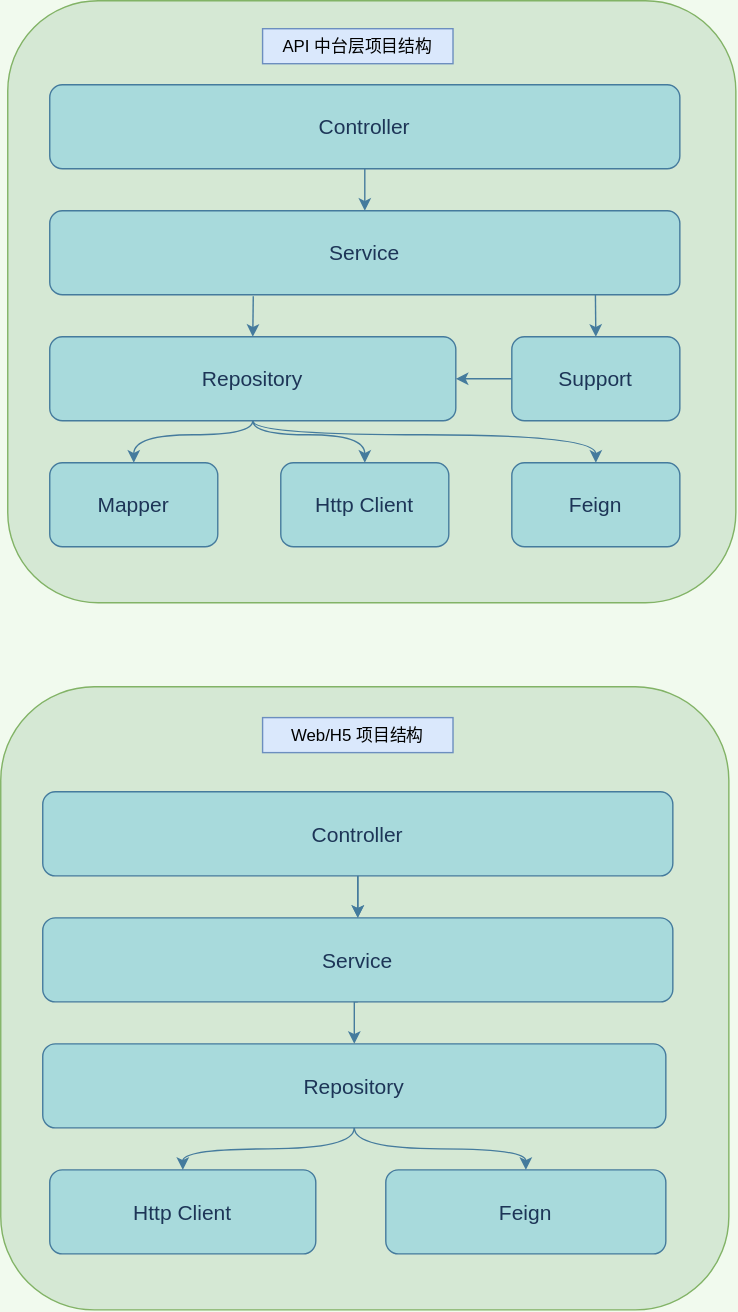
Above: project layer.svg in jingwux/diagrams (draw.io), before the change. Source tidied: cells renumbered, new cells last; positions are measured from the earlier drawing's top-left corner, leaving out a move shared by most shapes. The source it was exported from:
```xml
<mxGraphModel background="#F1FAEE">
  <root>
    <mxCell id="0" />
    <mxCell id="1" parent="0" />
    <mxCell id="2" style="whiteSpace=wrap;html=1;shadow=0;strokeWidth=1;fillColor=#d5e8d4;strokeColor=#82b366;fontSize=15;rounded=1;" parent="1" vertex="1">
      <mxGeometry x="5" width="520" height="430" as="geometry" />
    </mxCell>
    <mxCell id="3" style="edgeStyle=orthogonalEdgeStyle;jettySize=auto;html=1;exitX=0.5;exitY=0;exitDx=0;exitDy=0;entryX=0.323;entryY=1.017;entryDx=0;entryDy=0;entryPerimeter=0;startArrow=classic;startFill=1;endArrow=none;endFill=0;labelBackgroundColor=#F1FAEE;strokeColor=#457B9D;fontColor=#1D3557;fontSize=15;curved=1;" parent="1" edge="1" source="7" target="11">
      <mxGeometry relative="1" as="geometry" />
    </mxCell>
    <mxCell id="4" style="edgeStyle=orthogonalEdgeStyle;jettySize=auto;html=1;exitX=0.5;exitY=1;exitDx=0;exitDy=0;entryX=0.5;entryY=0;entryDx=0;entryDy=0;startArrow=none;startFill=0;endArrow=classic;endFill=1;labelBackgroundColor=#F1FAEE;strokeColor=#457B9D;fontColor=#1D3557;fontSize=15;curved=1;" parent="1" edge="1" source="7" target="8">
      <mxGeometry relative="1" as="geometry">
        <Array as="points">
          <mxPoint x="180" y="310" />
          <mxPoint x="95" y="310" />
        </Array>
      </mxGeometry>
    </mxCell>
    <mxCell id="5" style="edgeStyle=orthogonalEdgeStyle;jettySize=auto;html=1;exitX=0.5;exitY=1;exitDx=0;exitDy=0;entryX=0.5;entryY=0;entryDx=0;entryDy=0;startArrow=none;startFill=0;endArrow=classic;endFill=1;labelBackgroundColor=#F1FAEE;strokeColor=#457B9D;fontColor=#1D3557;fontSize=15;curved=1;" parent="1" edge="1" source="7" target="9">
      <mxGeometry relative="1" as="geometry">
        <Array as="points">
          <mxPoint x="180" y="310" />
          <mxPoint x="260" y="310" />
        </Array>
      </mxGeometry>
    </mxCell>
    <mxCell id="6" style="edgeStyle=orthogonalEdgeStyle;jettySize=auto;html=1;exitX=0.5;exitY=1;exitDx=0;exitDy=0;startArrow=none;startFill=0;endArrow=classic;endFill=1;labelBackgroundColor=#F1FAEE;strokeColor=#457B9D;fontColor=#1D3557;fontSize=15;curved=1;" parent="1" edge="1" source="7" target="10">
      <mxGeometry relative="1" as="geometry">
        <Array as="points">
          <mxPoint x="180" y="310" />
          <mxPoint x="425" y="310" />
        </Array>
      </mxGeometry>
    </mxCell>
    <mxCell id="7" value="Repository" style="whiteSpace=wrap;html=1;shadow=0;strokeWidth=1;fillColor=#A8DADC;strokeColor=#457B9D;fontColor=#1D3557;fontSize=15;rounded=1;" parent="1" vertex="1">
      <mxGeometry x="35" y="240" width="290" height="60" as="geometry" />
    </mxCell>
    <mxCell id="8" value="Mapper" style="whiteSpace=wrap;html=1;shadow=0;strokeWidth=1;fillColor=#A8DADC;strokeColor=#457B9D;fontColor=#1D3557;fontSize=15;rounded=1;" parent="1" vertex="1">
      <mxGeometry x="35" y="330" width="120" height="60" as="geometry" />
    </mxCell>
    <mxCell id="9" value="Http Client" style="whiteSpace=wrap;html=1;shadow=0;strokeWidth=1;fillColor=#A8DADC;strokeColor=#457B9D;fontColor=#1D3557;fontSize=15;rounded=1;" parent="1" vertex="1">
      <mxGeometry x="200" y="330" width="120" height="60" as="geometry" />
    </mxCell>
    <mxCell id="10" value="Feign" style="whiteSpace=wrap;html=1;shadow=0;strokeWidth=1;fillColor=#A8DADC;strokeColor=#457B9D;fontColor=#1D3557;fontSize=15;rounded=1;" parent="1" vertex="1">
      <mxGeometry x="365" y="330" width="120" height="60" as="geometry" />
    </mxCell>
    <mxCell id="11" value="Service" style="whiteSpace=wrap;html=1;shadow=0;strokeWidth=1;fillColor=#A8DADC;strokeColor=#457B9D;fontColor=#1D3557;fontSize=15;rounded=1;" parent="1" vertex="1">
      <mxGeometry x="35" y="150" width="450" height="60" as="geometry" />
    </mxCell>
    <mxCell id="12" style="edgeStyle=orthogonalEdgeStyle;jettySize=auto;html=1;exitX=0.5;exitY=1;exitDx=0;exitDy=0;entryX=0.5;entryY=0;entryDx=0;entryDy=0;startArrow=none;startFill=0;endArrow=classic;endFill=1;labelBackgroundColor=#F1FAEE;strokeColor=#457B9D;fontColor=#1D3557;fontSize=15;curved=1;" parent="1" edge="1" source="13" target="11">
      <mxGeometry relative="1" as="geometry" />
    </mxCell>
    <mxCell id="13" value="Controller" style="whiteSpace=wrap;html=1;shadow=0;strokeWidth=1;fillColor=#A8DADC;strokeColor=#457B9D;fontColor=#1D3557;fontSize=15;rounded=1;" parent="1" vertex="1">
      <mxGeometry x="35" y="60" width="450" height="60" as="geometry" />
    </mxCell>
    <mxCell id="14" style="edgeStyle=orthogonalEdgeStyle;jettySize=auto;html=1;exitX=0;exitY=0.5;exitDx=0;exitDy=0;entryX=1;entryY=0.5;entryDx=0;entryDy=0;labelBackgroundColor=#F1FAEE;strokeColor=#457B9D;fontColor=#1D3557;fontSize=15;curved=1;" parent="1" edge="1" source="16" target="7">
      <mxGeometry relative="1" as="geometry" />
    </mxCell>
    <mxCell id="15" style="edgeStyle=orthogonalEdgeStyle;jettySize=auto;html=1;exitX=0.5;exitY=0;exitDx=0;exitDy=0;entryX=0.866;entryY=0.994;entryDx=0;entryDy=0;entryPerimeter=0;startArrow=classic;startFill=1;endArrow=none;endFill=0;labelBackgroundColor=#F1FAEE;strokeColor=#457B9D;fontColor=#1D3557;fontSize=15;curved=1;" parent="1" edge="1" source="16" target="11">
      <mxGeometry relative="1" as="geometry" />
    </mxCell>
    <mxCell id="16" value="Support" style="whiteSpace=wrap;html=1;shadow=0;strokeWidth=1;fillColor=#A8DADC;strokeColor=#457B9D;fontColor=#1D3557;fontSize=15;rounded=1;" parent="1" vertex="1">
      <mxGeometry x="365" y="240" width="120" height="60" as="geometry" />
    </mxCell>
    <mxCell id="17" value="&lt;p&gt;&lt;br&gt;&lt;/p&gt;" style="whiteSpace=wrap;html=1;shadow=0;strokeWidth=1;fillColor=#d5e8d4;strokeColor=#82b366;fontSize=15;rounded=1;align=left;" parent="1" vertex="1">
      <mxGeometry y="490" width="520" height="445" as="geometry" />
    </mxCell>
    <mxCell id="18" style="edgeStyle=orthogonalEdgeStyle;curved=1;rounded=0;jettySize=auto;html=1;exitX=0.5;exitY=1;exitDx=0;exitDy=0;entryX=0.5;entryY=0;entryDx=0;entryDy=0;strokeColor=#457B9D;" parent="1" edge="1" source="20" target="21">
      <mxGeometry relative="1" as="geometry">
        <Array as="points">
          <mxPoint x="253" y="820" />
          <mxPoint x="130" y="820" />
        </Array>
      </mxGeometry>
    </mxCell>
    <mxCell id="19" style="edgeStyle=orthogonalEdgeStyle;curved=1;rounded=0;jettySize=auto;html=1;exitX=0.5;exitY=1;exitDx=0;exitDy=0;strokeColor=#457B9D;" parent="1" edge="1" source="20" target="22">
      <mxGeometry relative="1" as="geometry">
        <Array as="points">
          <mxPoint x="253" y="820" />
          <mxPoint x="375" y="820" />
        </Array>
      </mxGeometry>
    </mxCell>
    <mxCell id="20" value="Repository" style="whiteSpace=wrap;html=1;shadow=0;strokeWidth=1;fillColor=#A8DADC;strokeColor=#457B9D;fontColor=#1D3557;fontSize=15;rounded=1;" parent="1" vertex="1">
      <mxGeometry x="30" y="745" width="445" height="60" as="geometry" />
    </mxCell>
    <mxCell id="21" value="Http Client" style="whiteSpace=wrap;html=1;shadow=0;strokeWidth=1;fillColor=#A8DADC;strokeColor=#457B9D;fontColor=#1D3557;fontSize=15;rounded=1;" parent="1" vertex="1">
      <mxGeometry x="35" y="835" width="190" height="60" as="geometry" />
    </mxCell>
    <mxCell id="22" value="Feign" style="whiteSpace=wrap;html=1;shadow=0;strokeWidth=1;fillColor=#A8DADC;strokeColor=#457B9D;fontColor=#1D3557;fontSize=15;rounded=1;" parent="1" vertex="1">
      <mxGeometry x="275" y="835" width="200" height="60" as="geometry" />
    </mxCell>
    <mxCell id="23" style="edgeStyle=orthogonalEdgeStyle;rounded=0;jettySize=auto;html=1;exitX=0.5;exitY=1;exitDx=0;exitDy=0;entryX=0.5;entryY=0;entryDx=0;entryDy=0;strokeColor=#457B9D;" parent="1" edge="1" source="24" target="20">
      <mxGeometry relative="1" as="geometry" />
    </mxCell>
    <mxCell id="24" value="Service" style="whiteSpace=wrap;html=1;shadow=0;strokeWidth=1;fillColor=#A8DADC;strokeColor=#457B9D;fontColor=#1D3557;fontSize=15;rounded=1;" parent="1" vertex="1">
      <mxGeometry x="30" y="655" width="450" height="60" as="geometry" />
    </mxCell>
    <mxCell id="25" style="edgeStyle=orthogonalEdgeStyle;jettySize=auto;html=1;exitX=0.5;exitY=1;exitDx=0;exitDy=0;entryX=0.5;entryY=0;entryDx=0;entryDy=0;startArrow=none;startFill=0;endArrow=classic;endFill=1;labelBackgroundColor=#F1FAEE;fontColor=#1D3557;fontSize=15;curved=1;strokeColor=#457B9D;" parent="1" edge="1" source="27" target="24">
      <mxGeometry relative="1" as="geometry" />
    </mxCell>
    <mxCell id="26" style="edgeStyle=orthogonalEdgeStyle;rounded=0;jettySize=auto;html=1;strokeColor=#457B9D;" parent="1" edge="1" source="27" target="24">
      <mxGeometry relative="1" as="geometry" />
    </mxCell>
    <mxCell id="27" value="Controller" style="whiteSpace=wrap;html=1;shadow=0;strokeWidth=1;fillColor=#A8DADC;strokeColor=#457B9D;fontColor=#1D3557;fontSize=15;rounded=1;" parent="1" vertex="1">
      <mxGeometry x="30" y="565" width="450" height="60" as="geometry" />
    </mxCell>
    <mxCell id="28" value="Web/H5 项目结构" style="text;html=1;strokeColor=#6c8ebf;fillColor=#dae8fc;align=center;verticalAlign=middle;whiteSpace=wrap;rounded=0;" parent="1" vertex="1">
      <mxGeometry x="187" y="512" width="136" height="25" as="geometry" />
    </mxCell>
    <mxCell id="29" value="API 中台层项目结构" style="text;html=1;strokeColor=#6c8ebf;fillColor=#dae8fc;align=center;verticalAlign=middle;whiteSpace=wrap;rounded=0;" parent="1" vertex="1">
      <mxGeometry x="187" y="20" width="136" height="25" as="geometry" />
    </mxCell>
  </root>
</mxGraphModel>
```
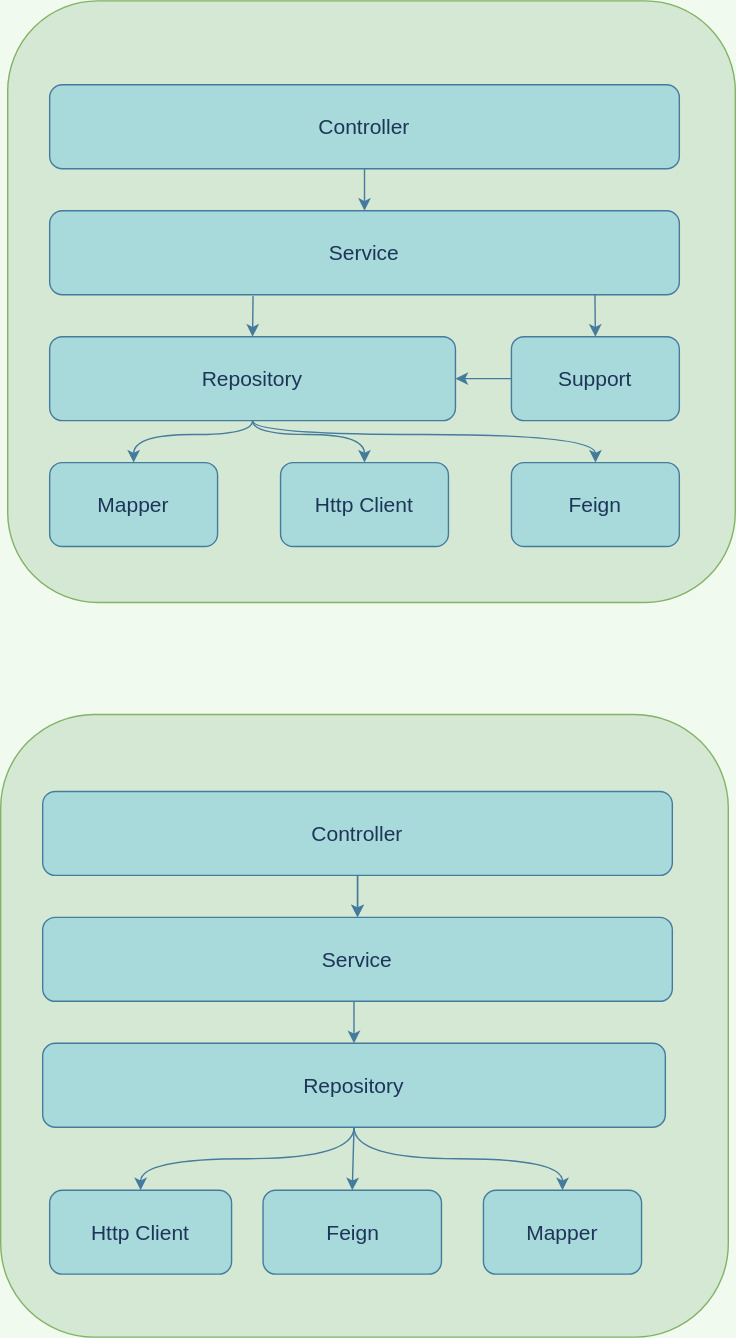
Above is the later version.

Change to the diagram source:
```diff
@@ -63,32 +63,25 @@
       <mxGeometry x="365" y="240" width="120" height="60" as="geometry" />
     </mxCell>
     <mxCell id="17" value="&lt;p&gt;&lt;br&gt;&lt;/p&gt;" style="whiteSpace=wrap;html=1;shadow=0;strokeWidth=1;fillColor=#d5e8d4;strokeColor=#82b366;fontSize=15;rounded=1;align=left;" parent="1" vertex="1">
-      <mxGeometry y="490" width="520" height="445" as="geometry" />
+      <mxGeometry y="510" width="520" height="445" as="geometry" />
     </mxCell>
-    <mxCell id="18" style="edgeStyle=orthogonalEdgeStyle;curved=1;rounded=0;jettySize=auto;html=1;exitX=0.5;exitY=1;exitDx=0;exitDy=0;entryX=0.5;entryY=0;entryDx=0;entryDy=0;strokeColor=#457B9D;" parent="1" edge="1" source="20" target="21">
-      <mxGeometry relative="1" as="geometry">
-        <Array as="points">
-          <mxPoint x="253" y="820" />
-          <mxPoint x="130" y="820" />
-        </Array>
-      </mxGeometry>
+    <mxCell id="18" style="edgeStyle=orthogonalEdgeStyle;rounded=0;jettySize=auto;html=1;exitX=0.5;exitY=1;exitDx=0;exitDy=0;entryX=0.5;entryY=0;entryDx=0;entryDy=0;curved=1;strokeColor=#457B9D;" parent="1" edge="1" source="20" target="21">
+      <mxGeometry relative="1" as="geometry" />
     </mxCell>
-    <mxCell id="19" style="edgeStyle=orthogonalEdgeStyle;curved=1;rounded=0;jettySize=auto;html=1;exitX=0.5;exitY=1;exitDx=0;exitDy=0;strokeColor=#457B9D;" parent="1" edge="1" source="20" target="22">
-      <mxGeometry relative="1" as="geometry">
-        <Array as="points">
-          <mxPoint x="253" y="820" />
-          <mxPoint x="375" y="820" />
-        </Array>
-      </mxGeometry>
+    <mxCell id="19" style="rounded=0;jettySize=auto;html=1;exitX=0.5;exitY=1;exitDx=0;exitDy=0;entryX=0.5;entryY=0;entryDx=0;entryDy=0;strokeColor=#457B9D;" parent="1" edge="1" source="20" target="22">
+      <mxGeometry relative="1" as="geometry" />
     </mxCell>
+    <mxCell id="30" style="edgeStyle=orthogonalEdgeStyle;rounded=0;jettySize=auto;html=1;exitX=0.5;exitY=1;exitDx=0;exitDy=0;entryX=0.5;entryY=0;entryDx=0;entryDy=0;curved=1;strokeColor=#457B9D;" parent="1" edge="1" source="20" target="31">
+      <mxGeometry relative="1" as="geometry" />
+    </mxCell>
     <mxCell id="20" value="Repository" style="whiteSpace=wrap;html=1;shadow=0;strokeWidth=1;fillColor=#A8DADC;strokeColor=#457B9D;fontColor=#1D3557;fontSize=15;rounded=1;" parent="1" vertex="1">
       <mxGeometry x="30" y="745" width="445" height="60" as="geometry" />
     </mxCell>
     <mxCell id="21" value="Http Client" style="whiteSpace=wrap;html=1;shadow=0;strokeWidth=1;fillColor=#A8DADC;strokeColor=#457B9D;fontColor=#1D3557;fontSize=15;rounded=1;" parent="1" vertex="1">
-      <mxGeometry x="35" y="835" width="190" height="60" as="geometry" />
+      <mxGeometry x="35" y="850" width="130" height="60" as="geometry" />
     </mxCell>
     <mxCell id="22" value="Feign" style="whiteSpace=wrap;html=1;shadow=0;strokeWidth=1;fillColor=#A8DADC;strokeColor=#457B9D;fontColor=#1D3557;fontSize=15;rounded=1;" parent="1" vertex="1">
-      <mxGeometry x="275" y="835" width="200" height="60" as="geometry" />
+      <mxGeometry x="187.5" y="850" width="127.5" height="60" as="geometry" />
     </mxCell>
     <mxCell id="23" style="edgeStyle=orthogonalEdgeStyle;rounded=0;jettySize=auto;html=1;exitX=0.5;exitY=1;exitDx=0;exitDy=0;entryX=0.5;entryY=0;entryDx=0;entryDy=0;strokeColor=#457B9D;" parent="1" edge="1" source="24" target="20">
       <mxGeometry relative="1" as="geometry" />
@@ -105,11 +98,8 @@
     <mxCell id="27" value="Controller" style="whiteSpace=wrap;html=1;shadow=0;strokeWidth=1;fillColor=#A8DADC;strokeColor=#457B9D;fontColor=#1D3557;fontSize=15;rounded=1;" parent="1" vertex="1">
       <mxGeometry x="30" y="565" width="450" height="60" as="geometry" />
     </mxCell>
-    <mxCell id="28" value="Web/H5 项目结构" style="text;html=1;strokeColor=#6c8ebf;fillColor=#dae8fc;align=center;verticalAlign=middle;whiteSpace=wrap;rounded=0;" parent="1" vertex="1">
-      <mxGeometry x="187" y="512" width="136" height="25" as="geometry" />
-    </mxCell>
-    <mxCell id="29" value="API 中台层项目结构" style="text;html=1;strokeColor=#6c8ebf;fillColor=#dae8fc;align=center;verticalAlign=middle;whiteSpace=wrap;rounded=0;" parent="1" vertex="1">
-      <mxGeometry x="187" y="20" width="136" height="25" as="geometry" />
-    </mxCell>
+    <mxCell id="31" value="Mapper" style="whiteSpace=wrap;html=1;shadow=0;strokeWidth=1;fillColor=#A8DADC;strokeColor=#457B9D;fontColor=#1D3557;fontSize=15;rounded=1;" parent="1" vertex="1">
+      <mxGeometry x="345" y="850" width="113" height="60" as="geometry" />
+    </mxCell>
   </root>
 </mxGraphModel>
```
